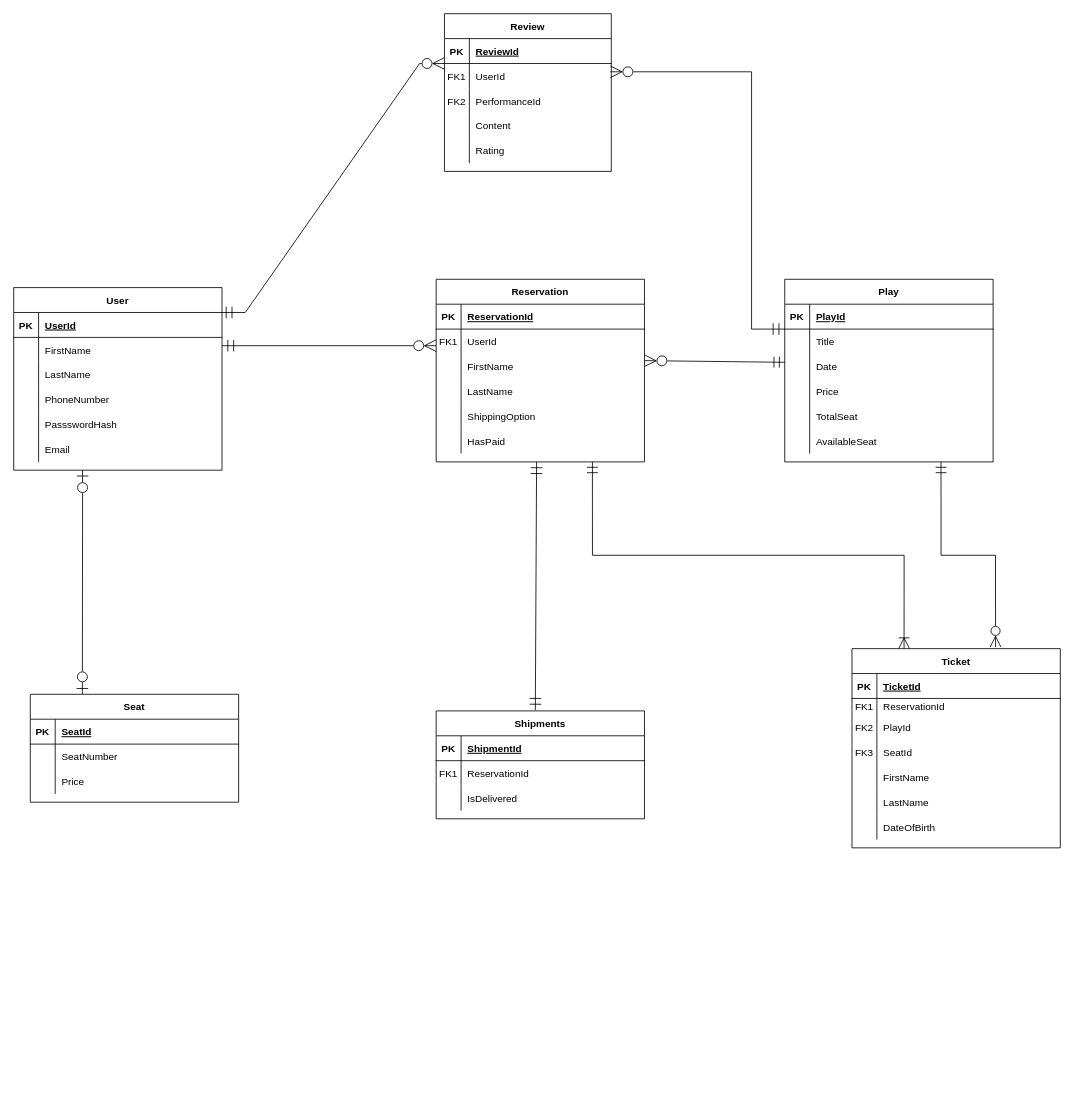
Earlier version of the draw.io diagram Untitled Diagram.drawio (jefsamo/gct-ticketing-system). Source tidied: cells renumbered, new cells numbered last; positions are measured from the earlier drawing's top-left corner, leaving out a move shared by most shapes. Both pictures are drawn from the tidied source at 83%, with x=0, y=0 at pixel (13, 13).
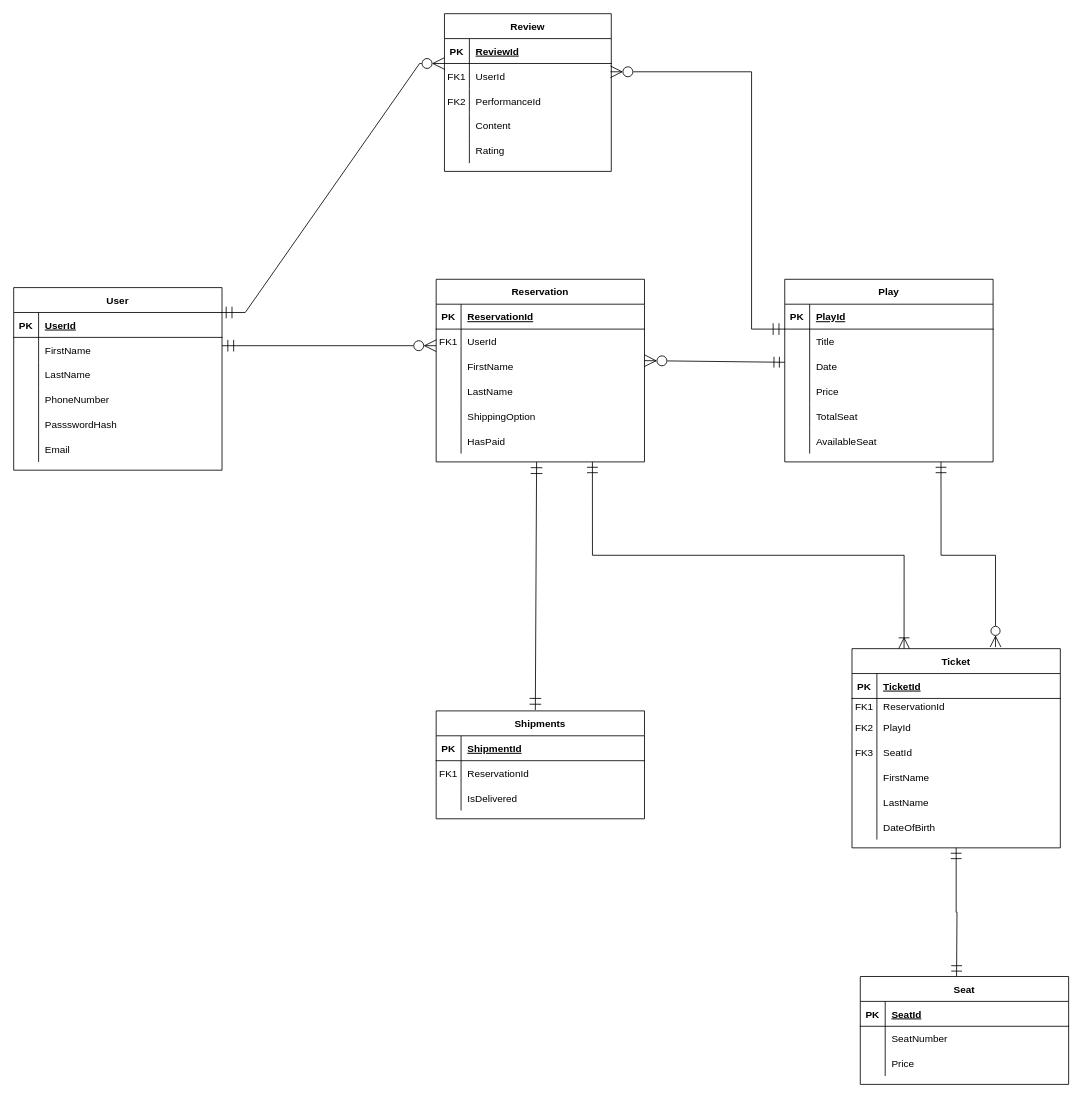
After the change.

Commit message:
ticket r/ship with seat

The change refers to these unchanged cells:
```xml
<mxCell id="105" value="Ticket" style="shape=table;startSize=30;childLayout=tableLayout;rowLines=0;fontStyle=1;align=center;" parent="1" vertex="1">
  <mxGeometry x="1010" y="765" width="251" height="240" as="geometry" />
</mxCell>
```

What changed in the source:
```diff
@@
-    <mxCell id="32" style="endArrow=ERzeroToOne;html=1;rounded=0;startArrow=ERzeroToOne;startFill=0;endFill=0;endSize=12;startSize=12;exitX=0.25;exitY=0;exitDx=0;exitDy=0;" parent="1" edge="1" source="76">
-      <mxGeometry relative="1" as="geometry">
-        <mxPoint x="83" y="550" as="targetPoint" />
-      </mxGeometry>
-    </mxCell>
@@
     <mxCell id="76" value="Seat" style="shape=table;startSize=30;childLayout=tableLayout;rowLines=0;fontStyle=1;align=center;" parent="1" vertex="1">
-      <mxGeometry x="20" y="820" width="251" height="130" as="geometry" />
+      <mxGeometry x="1020" y="1160" width="251" height="130" as="geometry" />
     </mxCell>
@@
+    <mxCell id="127" style="edgeStyle=orthogonalEdgeStyle;rounded=0;jettySize=auto;html=1;exitX=0.5;exitY=1;exitDx=0;exitDy=0;endArrow=ERmandOne;endFill=0;startArrow=ERmandOne;startFill=0;endSize=11;startSize=11;" parent="1" edge="1" source="105">
+      <mxGeometry relative="1" as="geometry">
+        <mxPoint x="1136" y="1160" as="targetPoint" />
+      </mxGeometry>
+    </mxCell>
```
